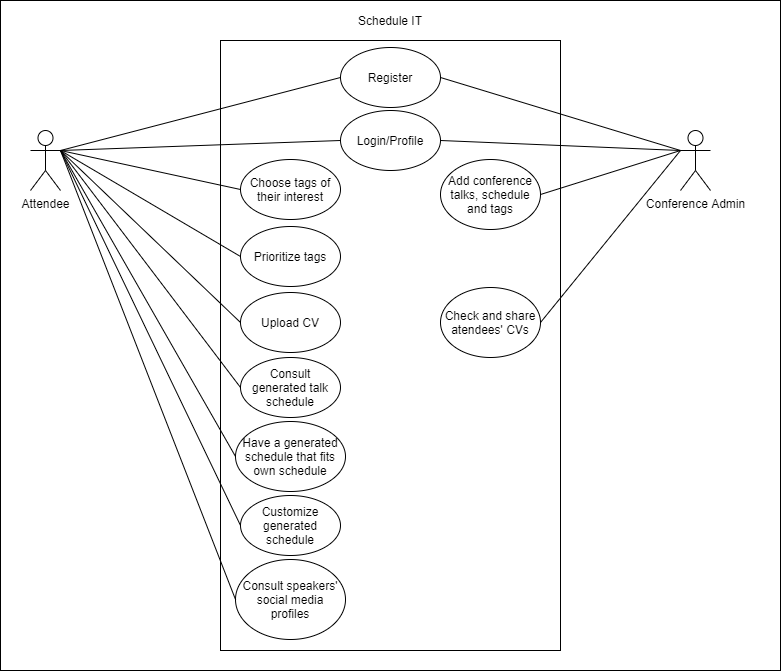
claramoreirag/FEUP-ESOF keeps this draw.io diagram as use_case_diagram.png. Above is the earlier version. Source tidied: cells renumbered, new cells last; positions are measured from the earlier drawing's top-left corner, leaving out a move shared by most shapes.
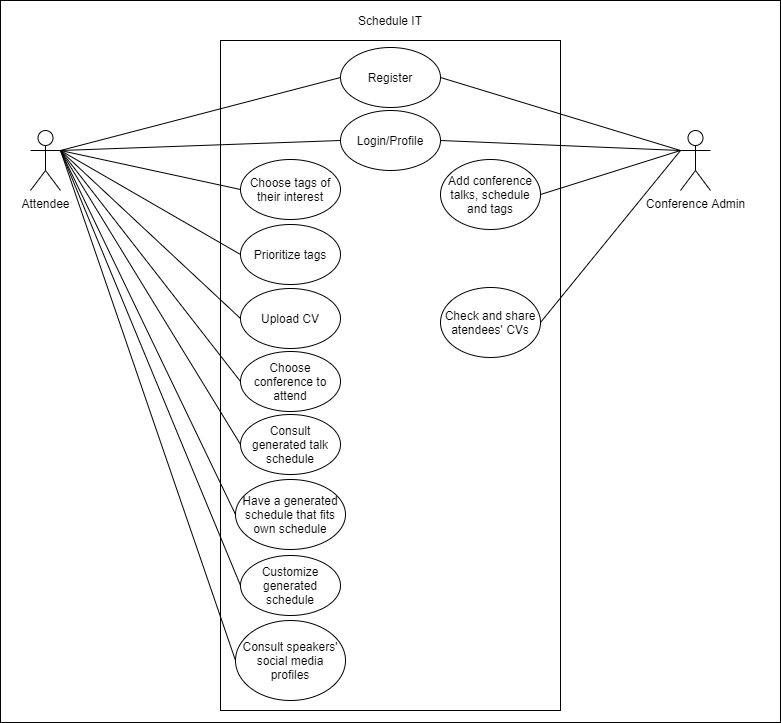
Later version of the same file.

Change to the diagram source:
```diff
@@ -3,13 +3,13 @@
     <mxCell id="0" />
     <mxCell id="1" parent="0" />
     <mxCell id="2" style="rounded=0;whiteSpace=wrap;html=1;" parent="1" vertex="1">
-      <mxGeometry width="780" height="670" as="geometry" />
+      <mxGeometry width="780" height="722" as="geometry" />
     </mxCell>
     <mxCell id="3" value="&lt;div&gt;Attendee&lt;/div&gt;" style="shape=umlActor;verticalLabelPosition=bottom;labelBackgroundColor=#ffffff;verticalAlign=top;html=1;outlineConnect=0;" parent="1" vertex="1">
       <mxGeometry x="30" y="130" width="30" height="60" as="geometry" />
     </mxCell>
     <mxCell id="4" style="rounded=0;whiteSpace=wrap;html=1;" parent="1" vertex="1">
-      <mxGeometry x="220" y="40" width="340" height="610" as="geometry" />
+      <mxGeometry x="220" y="40" width="340" height="670" as="geometry" />
     </mxCell>
     <mxCell id="5" value="&lt;div&gt;Conference Admin&lt;/div&gt;" style="shape=umlActor;verticalLabelPosition=bottom;labelBackgroundColor=#ffffff;verticalAlign=top;html=1;outlineConnect=0;" parent="1" vertex="1">
       <mxGeometry x="680" y="130" width="30" height="60" as="geometry" />
@@ -30,7 +30,7 @@
       <mxGeometry x="440" y="159" width="100" height="70" as="geometry" />
     </mxCell>
     <mxCell id="11" value="Consult generated talk schedule" style="ellipse;whiteSpace=wrap;html=1;" parent="1" vertex="1">
-      <mxGeometry x="240" y="357" width="100" height="60" as="geometry" />
+      <mxGeometry x="240" y="414" width="100" height="60" as="geometry" />
     </mxCell>
     <mxCell id="12" style="endArrow=none;html=1;exitX=1;exitY=0.3333333333333333;exitDx=0;exitDy=0;exitPerimeter=0;entryX=0;entryY=0.5;entryDx=0;entryDy=0;" parent="1" edge="1" source="3" target="7">
       <mxGeometry relative="1" as="geometry" />
@@ -62,7 +62,7 @@
       </mxGeometry>
     </mxCell>
     <mxCell id="19" value="Prioritize tags" style="ellipse;whiteSpace=wrap;html=1;" parent="1" vertex="1">
-      <mxGeometry x="240" y="226" width="100" height="60" as="geometry" />
+      <mxGeometry x="240" y="224" width="100" height="60" as="geometry" />
     </mxCell>
     <mxCell id="20" style="endArrow=none;html=1;exitX=0;exitY=0.5;exitDx=0;exitDy=0;" parent="1" edge="1" source="19">
       <mxGeometry relative="1" as="geometry">
@@ -75,10 +75,10 @@
       </mxGeometry>
     </mxCell>
     <mxCell id="22" value="Customize generated schedule" style="ellipse;whiteSpace=wrap;html=1;" parent="1" vertex="1">
-      <mxGeometry x="240" y="495" width="100" height="60" as="geometry" />
+      <mxGeometry x="240" y="555" width="100" height="60" as="geometry" />
     </mxCell>
     <mxCell id="23" value="Upload CV" style="ellipse;whiteSpace=wrap;html=1;" parent="1" vertex="1">
-      <mxGeometry x="240" y="292" width="100" height="60" as="geometry" />
+      <mxGeometry x="240" y="288" width="100" height="60" as="geometry" />
     </mxCell>
     <mxCell id="24" style="endArrow=none;html=1;entryX=0;entryY=0.5;entryDx=0;entryDy=0;exitX=1;exitY=0.3333333333333333;exitDx=0;exitDy=0;exitPerimeter=0;" parent="1" edge="1" source="3" target="23">
       <mxGeometry relative="1" as="geometry" />
@@ -92,7 +92,7 @@
       </mxGeometry>
     </mxCell>
     <mxCell id="27" value="Have a generated schedule that fits own schedule" style="ellipse;whiteSpace=wrap;html=1;" parent="1" vertex="1">
-      <mxGeometry x="235" y="421" width="110" height="70" as="geometry" />
+      <mxGeometry x="235" y="479" width="110" height="70" as="geometry" />
     </mxCell>
     <mxCell id="28" style="endArrow=none;html=1;exitX=0;exitY=0.5;exitDx=0;exitDy=0;" parent="1" edge="1" source="27">
       <mxGeometry relative="1" as="geometry">
@@ -100,12 +100,20 @@
       </mxGeometry>
     </mxCell>
     <mxCell id="29" value="Consult speakers' social media profiles" style="ellipse;whiteSpace=wrap;html=1;" parent="1" vertex="1">
-      <mxGeometry x="235" y="559" width="110" height="80" as="geometry" />
+      <mxGeometry x="235" y="620" width="110" height="80" as="geometry" />
     </mxCell>
     <mxCell id="30" style="endArrow=none;html=1;exitX=0;exitY=0.5;exitDx=0;exitDy=0;" parent="1" edge="1" source="29">
       <mxGeometry relative="1" as="geometry">
         <mxPoint x="60" y="150" as="targetPoint" />
       </mxGeometry>
     </mxCell>
+    <mxCell id="31" value="Choose conference to attend" style="ellipse;whiteSpace=wrap;html=1;" parent="1" vertex="1">
+      <mxGeometry x="240" y="351" width="100" height="60" as="geometry" />
+    </mxCell>
+    <mxCell id="32" style="endArrow=none;html=1;entryX=0;entryY=0.5;entryDx=0;entryDy=0;" parent="1" edge="1" target="31">
+      <mxGeometry relative="1" as="geometry">
+        <mxPoint x="60" y="150" as="sourcePoint" />
+      </mxGeometry>
+    </mxCell>
   </root>
 </mxGraphModel>
```
